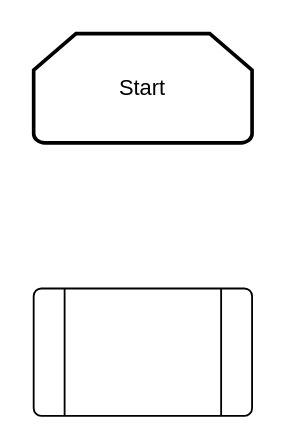
This is page "フロー図_update_tag" (2 of 4) of 中間試験_rails.drawio from Hiruyan-J/testTil, a draw.io file, before an edit. Source tidied: cells renumbered, new cells numbered last; positions are measured from the earlier drawing's top-left corner, leaving out a move shared by most shapes. Both pictures are drawn from the tidied source at 182%, with x=0, y=0 at pixel (33, 33).
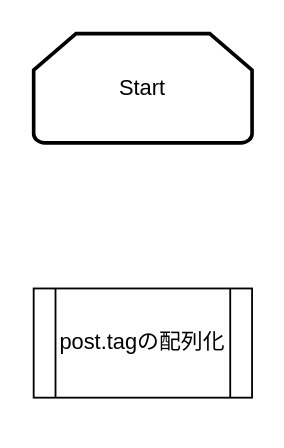
Above is the later version.

Commit message:
中間試験_rails.drawio を更新します

What changed in the source:
```diff
@@
 <mxGraphModel>
   <root>
     <mxCell id="0" />
     <mxCell id="1" parent="0" />
     <mxCell id="2" value="Start" style="strokeWidth=2;html=1;shape=mxgraph.flowchart.loop_limit;whiteSpace=wrap;" parent="1" vertex="1">
       <mxGeometry width="120" height="60" as="geometry" />
     </mxCell>
-    <mxCell id="3" style="verticalLabelPosition=bottom;verticalAlign=top;html=1;shape=process;whiteSpace=wrap;rounded=1;size=0.14;arcSize=6;" parent="1" vertex="1">
-      <mxGeometry y="140" width="120" height="70" as="geometry" />
-    </mxCell>
+    <mxCell id="4" value="post.tagの配列化" style="shape=process;whiteSpace=wrap;html=1;backgroundOutline=1;" parent="1" vertex="1">
+      <mxGeometry y="140" width="120" height="60" as="geometry" />
+    </mxCell>
   </root>
 </mxGraphModel>
```
